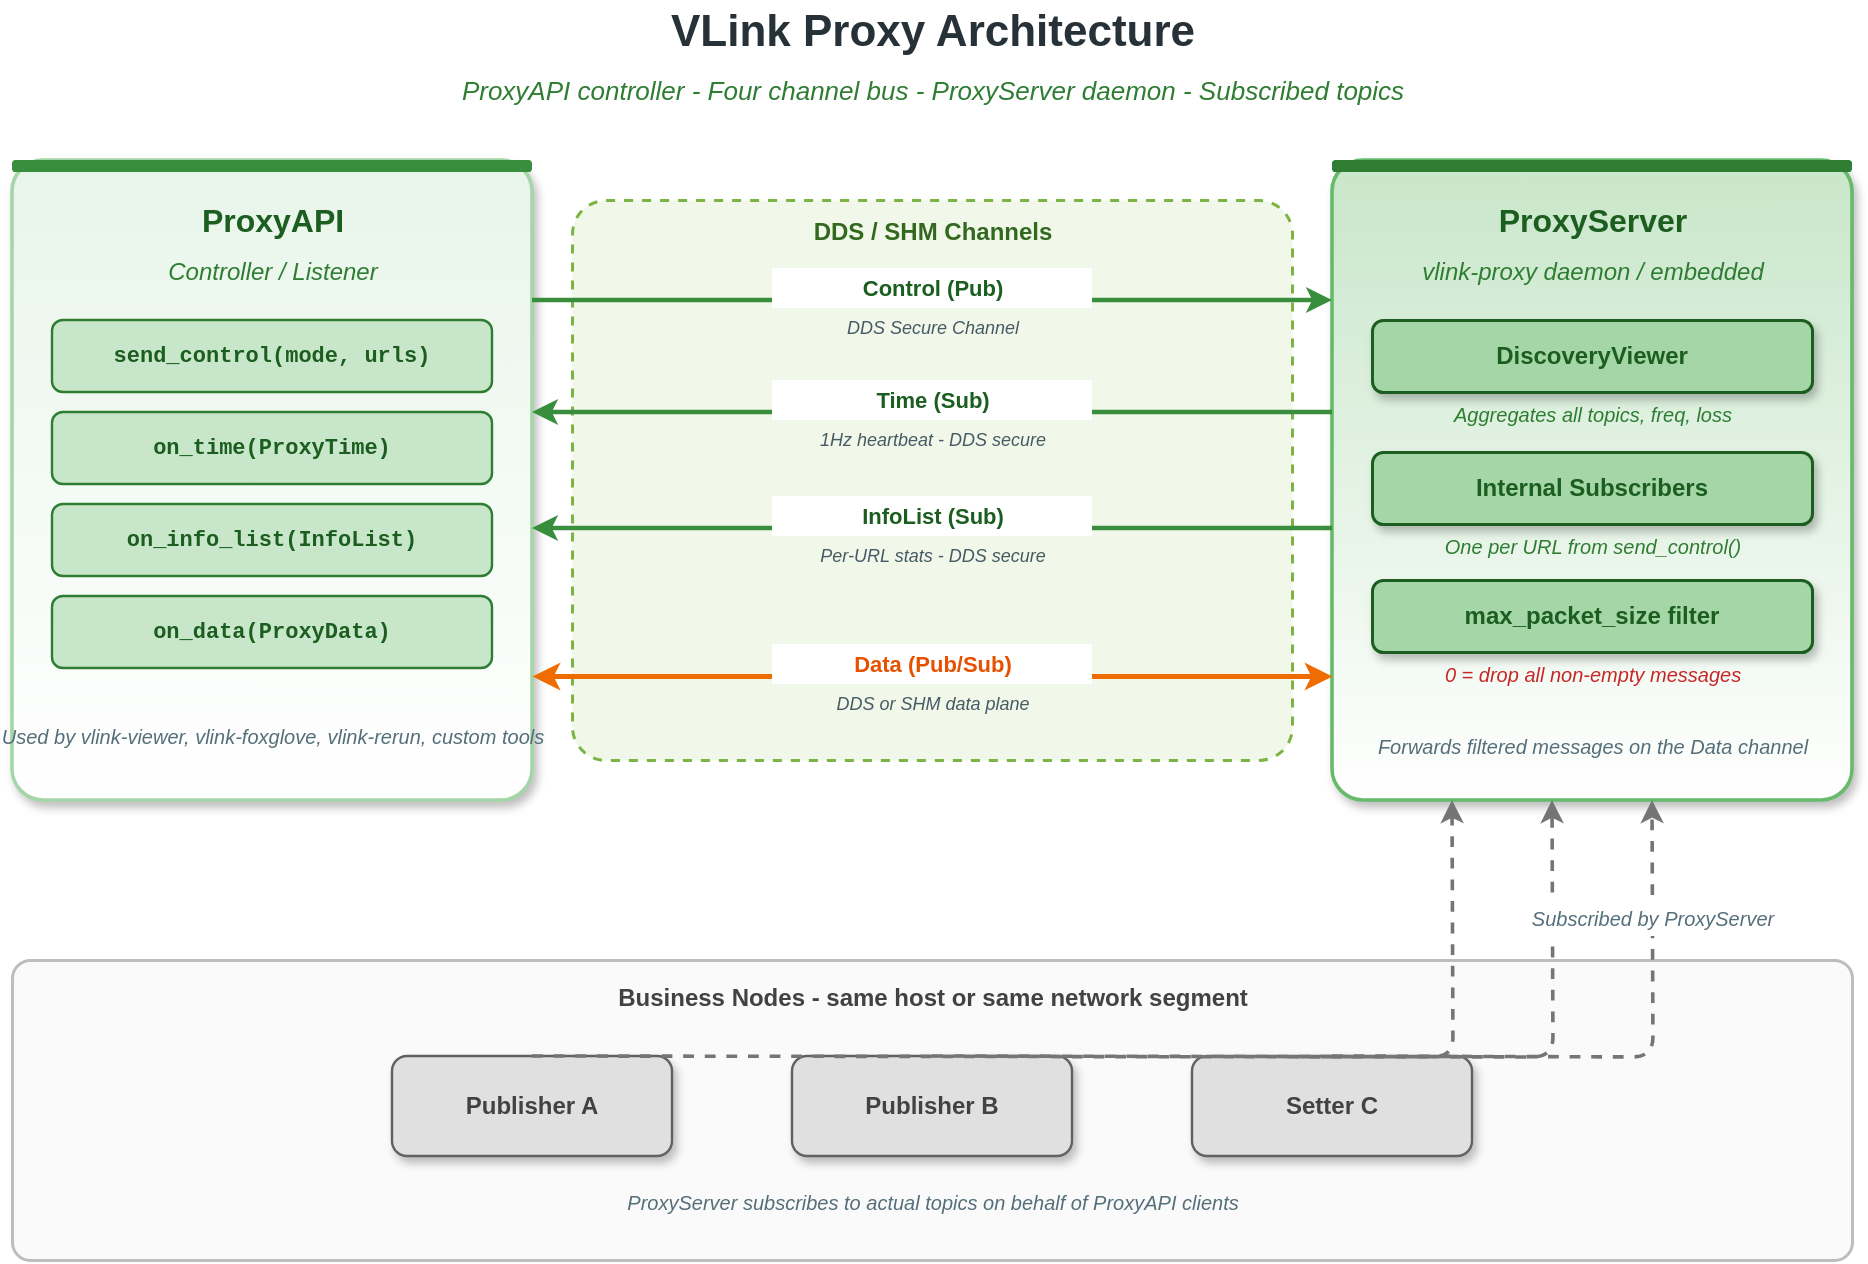
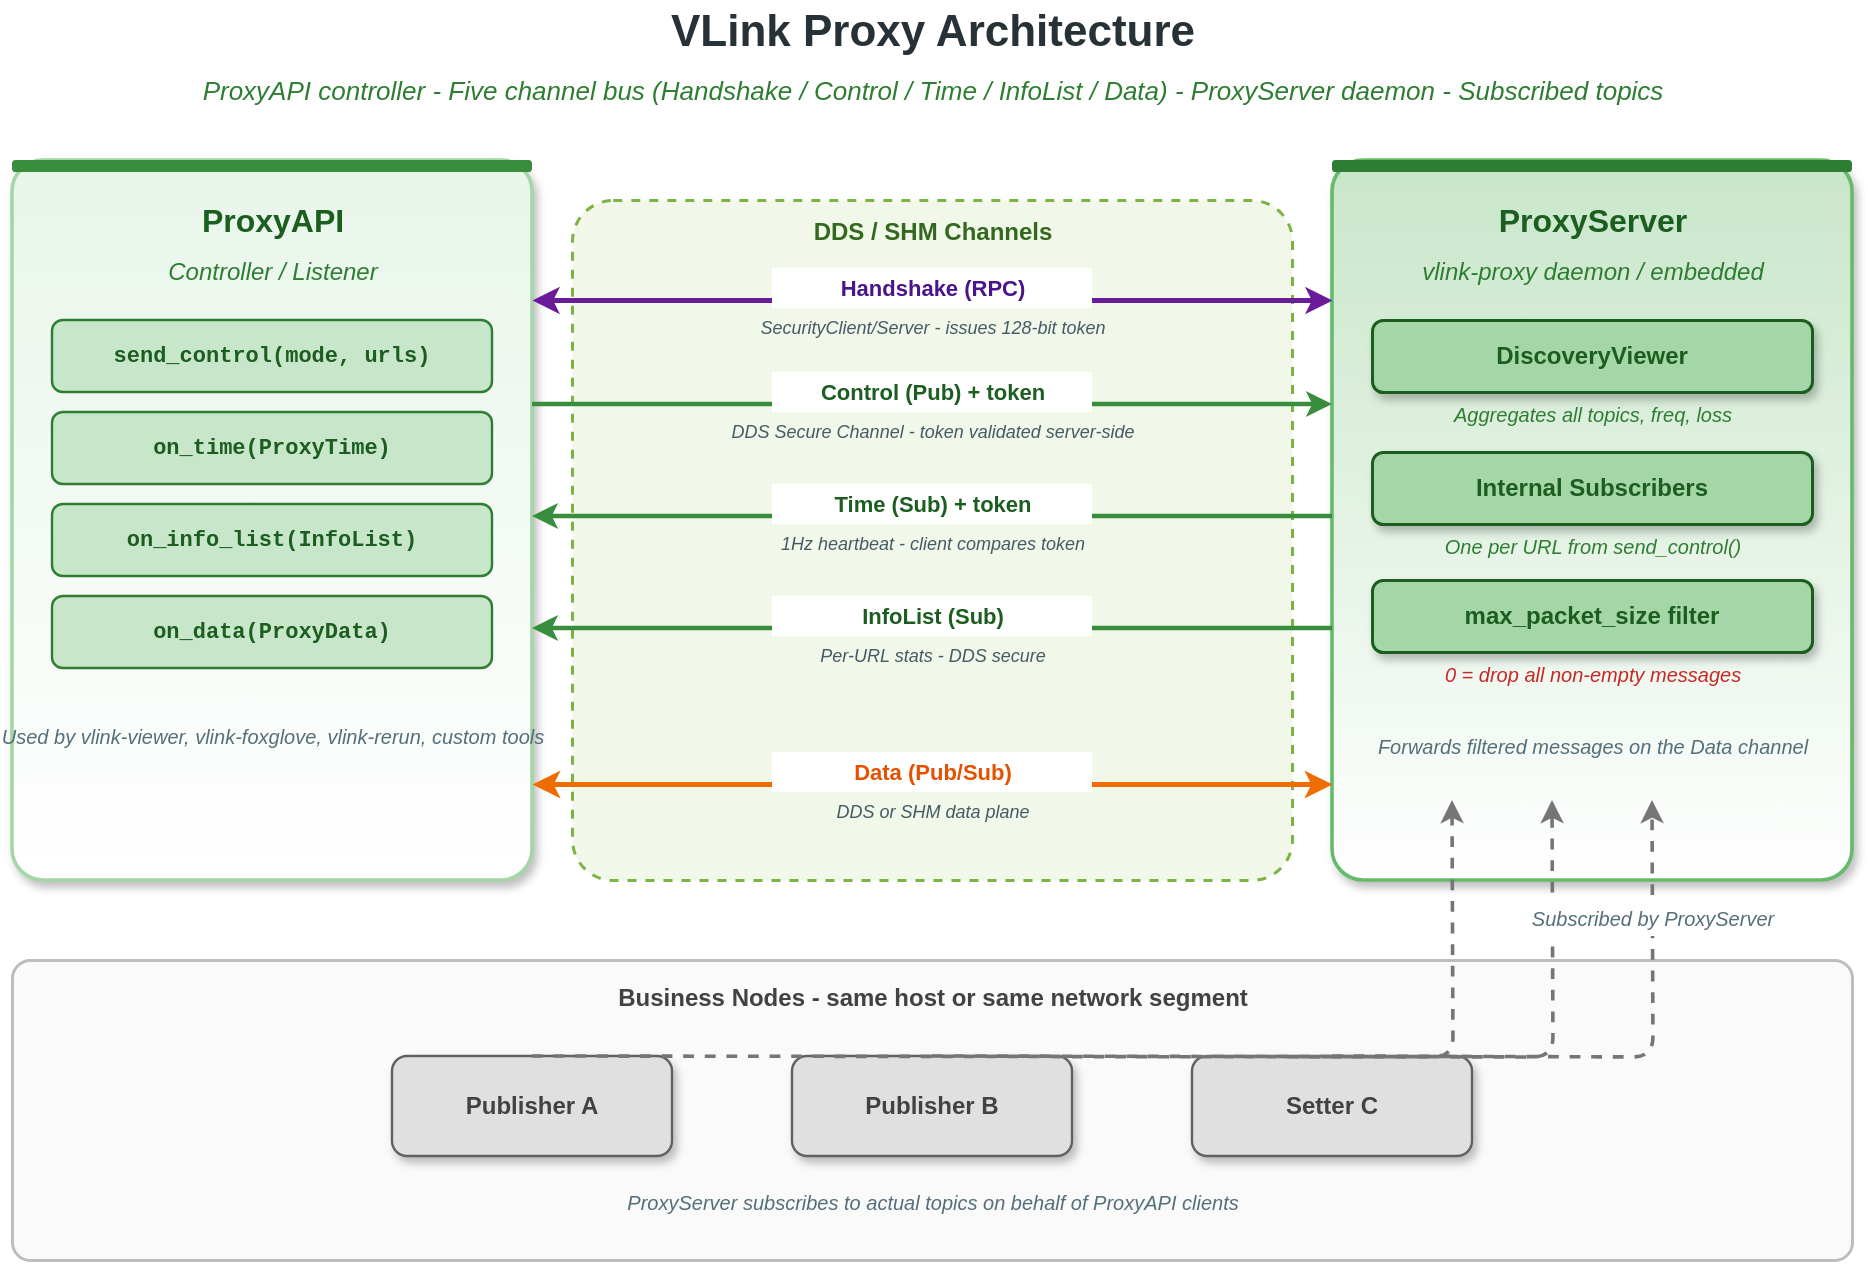
<mxfile host="app.diagrams.net" modified="2026-04-23T00:00:00.000Z" agent="Claude" version="24.0.0" type="device">
  <diagram id="proxy-architecture" name="Proxy Architecture">
    <mxGraphModel dx="1000" dy="680" grid="0" gridSize="10" guides="1" tooltips="1" connect="1" arrows="1" fold="1" page="1" pageScale="1" pageWidth="1000" pageHeight="680" math="0" shadow="0">
      <root>
        <mxCell id="0" />
        <mxCell id="1" parent="0" />

        <!-- Title -->
        <mxCell id="title" value="VLink Proxy Architecture" style="text;html=1;align=center;verticalAlign=middle;strokeColor=none;fillColor=none;fontSize=22;fontStyle=1;fontColor=#263238;" vertex="1" parent="1">
          <mxGeometry x="40" y="20" width="920" height="32" as="geometry" />
        </mxCell>
-         <mxCell id="subtitle" value="ProxyAPI controller  -  Four channel bus  -  ProxyServer daemon  -  Subscribed topics" style="text;html=1;align=center;verticalAlign=middle;strokeColor=none;fillColor=none;fontSize=13;fontStyle=2;fontColor=#2e7d32;" vertex="1" parent="1">
+         <mxCell id="subtitle" value="ProxyAPI controller  -  Five channel bus (Handshake / Control / Time / InfoList / Data)  -  ProxyServer daemon  -  Subscribed topics" style="text;html=1;align=center;verticalAlign=middle;strokeColor=none;fillColor=none;fontSize=13;fontStyle=2;fontColor=#2e7d32;" vertex="1" parent="1">
          <mxGeometry x="40" y="54" width="920" height="22" as="geometry" />
        </mxCell>

        <!-- Left: ProxyAPI (green) -->
        <mxCell id="api_box" value="" style="rounded=1;whiteSpace=wrap;html=1;fillColor=#ffffff;strokeColor=#a5d6a7;strokeWidth=1.8;arcSize=6;shadow=1;gradientColor=#e8f5e9;gradientDirection=north;" vertex="1" parent="1">
-           <mxGeometry x="40" y="100" width="260" height="320" as="geometry" />
+           <mxGeometry x="40" y="100" width="260" height="360" as="geometry" />
        </mxCell>
        <mxCell id="api_bar" value="" style="rounded=1;whiteSpace=wrap;html=1;fillColor=#388e3c;strokeColor=none;arcSize=30;" vertex="1" parent="1">
          <mxGeometry x="40" y="100" width="260" height="6" as="geometry" />
        </mxCell>
        <mxCell id="api_t" value="ProxyAPI" style="text;html=1;align=center;verticalAlign=middle;strokeColor=none;fillColor=none;fontSize=16;fontStyle=1;fontColor=#1b5e20;" vertex="1" parent="1">
          <mxGeometry x="54" y="116" width="232" height="28" as="geometry" />
        </mxCell>
        <mxCell id="api_st" value="Controller / Listener" style="text;html=1;align=center;verticalAlign=middle;strokeColor=none;fillColor=none;fontSize=12;fontStyle=2;fontColor=#2e7d32;" vertex="1" parent="1">
          <mxGeometry x="54" y="146" width="232" height="20" as="geometry" />
        </mxCell>
        <mxCell id="api_role1" value="send_control(mode, urls)" style="rounded=1;whiteSpace=wrap;html=1;fillColor=#c8e6c9;strokeColor=#2e7d32;strokeWidth=1.2;fontSize=11;fontFamily=Courier New;fontStyle=1;fontColor=#1b5e20;align=center;" vertex="1" parent="1">
          <mxGeometry x="60" y="180" width="220" height="36" as="geometry" />
        </mxCell>
        <mxCell id="api_role2" value="on_time(ProxyTime)" style="rounded=1;whiteSpace=wrap;html=1;fillColor=#c8e6c9;strokeColor=#2e7d32;strokeWidth=1.2;fontSize=11;fontFamily=Courier New;fontStyle=1;fontColor=#1b5e20;align=center;" vertex="1" parent="1">
          <mxGeometry x="60" y="226" width="220" height="36" as="geometry" />
        </mxCell>
        <mxCell id="api_role3" value="on_info_list(InfoList)" style="rounded=1;whiteSpace=wrap;html=1;fillColor=#c8e6c9;strokeColor=#2e7d32;strokeWidth=1.2;fontSize=11;fontFamily=Courier New;fontStyle=1;fontColor=#1b5e20;align=center;" vertex="1" parent="1">
          <mxGeometry x="60" y="272" width="220" height="36" as="geometry" />
        </mxCell>
        <mxCell id="api_role4" value="on_data(ProxyData)" style="rounded=1;whiteSpace=wrap;html=1;fillColor=#c8e6c9;strokeColor=#2e7d32;strokeWidth=1.2;fontSize=11;fontFamily=Courier New;fontStyle=1;fontColor=#1b5e20;align=center;" vertex="1" parent="1">
          <mxGeometry x="60" y="318" width="220" height="36" as="geometry" />
        </mxCell>
        <mxCell id="api_note" value="Used by vlink-viewer, vlink-foxglove, vlink-rerun, custom tools" style="text;html=1;align=center;verticalAlign=middle;strokeColor=none;fillColor=none;fontSize=10;fontStyle=2;fontColor=#546e7a;" vertex="1" parent="1">
          <mxGeometry x="54" y="368" width="232" height="40" as="geometry" />
        </mxCell>

        <!-- Right: ProxyServer (green darker) -->
        <mxCell id="srv_box" value="" style="rounded=1;whiteSpace=wrap;html=1;fillColor=#ffffff;strokeColor=#66bb6a;strokeWidth=1.8;arcSize=6;shadow=1;gradientColor=#c8e6c9;gradientDirection=north;" vertex="1" parent="1">
-           <mxGeometry x="700" y="100" width="260" height="320" as="geometry" />
+           <mxGeometry x="700" y="100" width="260" height="360" as="geometry" />
        </mxCell>
        <mxCell id="srv_bar" value="" style="rounded=1;whiteSpace=wrap;html=1;fillColor=#2e7d32;strokeColor=none;arcSize=30;" vertex="1" parent="1">
          <mxGeometry x="700" y="100" width="260" height="6" as="geometry" />
        </mxCell>
        <mxCell id="srv_t" value="ProxyServer" style="text;html=1;align=center;verticalAlign=middle;strokeColor=none;fillColor=none;fontSize=16;fontStyle=1;fontColor=#1b5e20;" vertex="1" parent="1">
          <mxGeometry x="714" y="116" width="232" height="28" as="geometry" />
        </mxCell>
        <mxCell id="srv_st" value="vlink-proxy daemon / embedded" style="text;html=1;align=center;verticalAlign=middle;strokeColor=none;fillColor=none;fontSize=12;fontStyle=2;fontColor=#2e7d32;" vertex="1" parent="1">
          <mxGeometry x="714" y="146" width="232" height="20" as="geometry" />
        </mxCell>
        <mxCell id="srv_dv" value="DiscoveryViewer" style="rounded=1;whiteSpace=wrap;html=1;fillColor=#a5d6a7;strokeColor=#1b5e20;strokeWidth=1.5;fontSize=12;fontStyle=1;fontColor=#1b5e20;align=center;shadow=1;" vertex="1" parent="1">
          <mxGeometry x="720" y="180" width="220" height="36" as="geometry" />
        </mxCell>
        <mxCell id="srv_dv2" value="Aggregates all topics, freq, loss" style="text;html=1;align=center;verticalAlign=middle;strokeColor=none;fillColor=none;fontSize=10;fontStyle=2;fontColor=#2e7d32;" vertex="1" parent="1">
          <mxGeometry x="720" y="218" width="220" height="18" as="geometry" />
        </mxCell>
        <mxCell id="srv_ch" value="Internal Subscribers" style="rounded=1;whiteSpace=wrap;html=1;fillColor=#a5d6a7;strokeColor=#1b5e20;strokeWidth=1.5;fontSize=12;fontStyle=1;fontColor=#1b5e20;align=center;shadow=1;" vertex="1" parent="1">
          <mxGeometry x="720" y="246" width="220" height="36" as="geometry" />
        </mxCell>
        <mxCell id="srv_ch2" value="One per URL from send_control()" style="text;html=1;align=center;verticalAlign=middle;strokeColor=none;fillColor=none;fontSize=10;fontStyle=2;fontColor=#2e7d32;" vertex="1" parent="1">
          <mxGeometry x="720" y="284" width="220" height="18" as="geometry" />
        </mxCell>
        <mxCell id="srv_mp" value="max_packet_size filter" style="rounded=1;whiteSpace=wrap;html=1;fillColor=#a5d6a7;strokeColor=#1b5e20;strokeWidth=1.5;fontSize=12;fontStyle=1;fontColor=#1b5e20;align=center;shadow=1;" vertex="1" parent="1">
          <mxGeometry x="720" y="310" width="220" height="36" as="geometry" />
        </mxCell>
        <mxCell id="srv_mp2" value="0 = drop all non-empty messages" style="text;html=1;align=center;verticalAlign=middle;strokeColor=none;fillColor=none;fontSize=10;fontStyle=2;fontColor=#c62828;" vertex="1" parent="1">
          <mxGeometry x="720" y="348" width="220" height="18" as="geometry" />
        </mxCell>
        <mxCell id="srv_note" value="Forwards filtered messages on the Data channel" style="text;html=1;align=center;verticalAlign=middle;strokeColor=none;fillColor=none;fontSize=10;fontStyle=2;fontColor=#546e7a;" vertex="1" parent="1">
          <mxGeometry x="714" y="378" width="232" height="30" as="geometry" />
        </mxCell>

        <!-- Middle: Channel bus -->
        <mxCell id="bus_bg" value="" style="rounded=1;whiteSpace=wrap;html=1;fillColor=#f1f8e9;strokeColor=#7cb342;strokeWidth=1.5;arcSize=6;dashed=1;" vertex="1" parent="1">
-           <mxGeometry x="320" y="120" width="360" height="280" as="geometry" />
+           <mxGeometry x="320" y="120" width="360" height="340" as="geometry" />
        </mxCell>
        <mxCell id="bus_t" value="DDS / SHM Channels" style="text;html=1;align=center;verticalAlign=middle;strokeColor=none;fillColor=none;fontSize=12;fontStyle=1;fontColor=#33691e;" vertex="1" parent="1">
          <mxGeometry x="320" y="126" width="360" height="20" as="geometry" />
        </mxCell>

-         <!-- Channel 1: Control (API -> Server) -->
-         <mxCell id="ch1_arr" value="" style="endArrow=classic;endFill=1;html=1;strokeColor=#388e3c;strokeWidth=2.2;" edge="1" parent="1">
+         <!-- Channel 0: Handshake RPC (API -> Server, response Server -> API) -->
+         <mxCell id="ch0_arr" value="" style="endArrow=classic;startArrow=classic;endFill=1;startFill=1;html=1;strokeColor=#6a1b9a;strokeWidth=2.4;" edge="1" parent="1">
          <mxGeometry relative="1" as="geometry">
            <mxPoint x="300" y="170" as="sourcePoint" />
            <mxPoint x="700" y="170" as="targetPoint" />
          </mxGeometry>
        </mxCell>
-         <mxCell id="ch1_l" value="Control (Pub)" style="text;html=1;align=center;verticalAlign=middle;strokeColor=none;fillColor=#ffffff;fontSize=11;fontStyle=1;fontColor=#1b5e20;labelBackgroundColor=#ffffff;" vertex="1" parent="1">
+         <mxCell id="ch0_l" value="Handshake (RPC)" style="text;html=1;align=center;verticalAlign=middle;strokeColor=none;fillColor=#ffffff;fontSize=11;fontStyle=1;fontColor=#4a148c;labelBackgroundColor=#ffffff;" vertex="1" parent="1">
          <mxGeometry x="420" y="154" width="160" height="20" as="geometry" />
        </mxCell>
-         <mxCell id="ch1_s" value="DDS Secure Channel" style="text;html=1;align=center;verticalAlign=middle;strokeColor=none;fillColor=none;fontSize=9;fontStyle=2;fontColor=#455a64;" vertex="1" parent="1">
-           <mxGeometry x="420" y="176" width="160" height="16" as="geometry" />
-         </mxCell>
- 
-         <!-- Channel 2: Time (Server -> API) -->
+         <mxCell id="ch0_s" value="SecurityClient/Server - issues 128-bit token" style="text;html=1;align=center;verticalAlign=middle;strokeColor=none;fillColor=none;fontSize=9;fontStyle=2;fontColor=#455a64;" vertex="1" parent="1">
+           <mxGeometry x="400" y="176" width="200" height="16" as="geometry" />
+         </mxCell>
+ 
+         <!-- Channel 1: Control (API -> Server, token-stamped) -->
+         <mxCell id="ch1_arr" value="" style="endArrow=classic;endFill=1;html=1;strokeColor=#388e3c;strokeWidth=2.2;" edge="1" parent="1">
+           <mxGeometry relative="1" as="geometry">
+             <mxPoint x="300" y="222" as="sourcePoint" />
+             <mxPoint x="700" y="222" as="targetPoint" />
+           </mxGeometry>
+         </mxCell>
+         <mxCell id="ch1_l" value="Control (Pub) + token" style="text;html=1;align=center;verticalAlign=middle;strokeColor=none;fillColor=#ffffff;fontSize=11;fontStyle=1;fontColor=#1b5e20;labelBackgroundColor=#ffffff;" vertex="1" parent="1">
+           <mxGeometry x="420" y="206" width="160" height="20" as="geometry" />
+         </mxCell>
+         <mxCell id="ch1_s" value="DDS Secure Channel - token validated server-side" style="text;html=1;align=center;verticalAlign=middle;strokeColor=none;fillColor=none;fontSize=9;fontStyle=2;fontColor=#455a64;" vertex="1" parent="1">
+           <mxGeometry x="400" y="228" width="200" height="16" as="geometry" />
+         </mxCell>
+ 
+         <!-- Channel 2: Time (Server -> API, token echoed) -->
        <mxCell id="ch2_arr" value="" style="endArrow=classic;endFill=1;html=1;strokeColor=#388e3c;strokeWidth=2.2;" edge="1" parent="1">
          <mxGeometry relative="1" as="geometry">
-             <mxPoint x="700" y="226" as="sourcePoint" />
-             <mxPoint x="300" y="226" as="targetPoint" />
-           </mxGeometry>
-         </mxCell>
-         <mxCell id="ch2_l" value="Time (Sub)" style="text;html=1;align=center;verticalAlign=middle;strokeColor=none;fillColor=#ffffff;fontSize=11;fontStyle=1;fontColor=#1b5e20;labelBackgroundColor=#ffffff;" vertex="1" parent="1">
-           <mxGeometry x="420" y="210" width="160" height="20" as="geometry" />
-         </mxCell>
-         <mxCell id="ch2_s" value="1Hz heartbeat - DDS secure" style="text;html=1;align=center;verticalAlign=middle;strokeColor=none;fillColor=none;fontSize=9;fontStyle=2;fontColor=#455a64;" vertex="1" parent="1">
-           <mxGeometry x="420" y="232" width="160" height="16" as="geometry" />
+             <mxPoint x="700" y="278" as="sourcePoint" />
+             <mxPoint x="300" y="278" as="targetPoint" />
+           </mxGeometry>
+         </mxCell>
+         <mxCell id="ch2_l" value="Time (Sub) + token" style="text;html=1;align=center;verticalAlign=middle;strokeColor=none;fillColor=#ffffff;fontSize=11;fontStyle=1;fontColor=#1b5e20;labelBackgroundColor=#ffffff;" vertex="1" parent="1">
+           <mxGeometry x="420" y="262" width="160" height="20" as="geometry" />
+         </mxCell>
+         <mxCell id="ch2_s" value="1Hz heartbeat - client compares token" style="text;html=1;align=center;verticalAlign=middle;strokeColor=none;fillColor=none;fontSize=9;fontStyle=2;fontColor=#455a64;" vertex="1" parent="1">
+           <mxGeometry x="400" y="284" width="200" height="16" as="geometry" />
        </mxCell>

        <!-- Channel 3: InfoList (Server -> API) -->
        <mxCell id="ch3_arr" value="" style="endArrow=classic;endFill=1;html=1;strokeColor=#388e3c;strokeWidth=2.2;" edge="1" parent="1">
          <mxGeometry relative="1" as="geometry">
-             <mxPoint x="700" y="284" as="sourcePoint" />
-             <mxPoint x="300" y="284" as="targetPoint" />
+             <mxPoint x="700" y="334" as="sourcePoint" />
+             <mxPoint x="300" y="334" as="targetPoint" />
          </mxGeometry>
        </mxCell>
        <mxCell id="ch3_l" value="InfoList (Sub)" style="text;html=1;align=center;verticalAlign=middle;strokeColor=none;fillColor=#ffffff;fontSize=11;fontStyle=1;fontColor=#1b5e20;labelBackgroundColor=#ffffff;" vertex="1" parent="1">
-           <mxGeometry x="420" y="268" width="160" height="20" as="geometry" />
+           <mxGeometry x="420" y="318" width="160" height="20" as="geometry" />
        </mxCell>
        <mxCell id="ch3_s" value="Per-URL stats - DDS secure" style="text;html=1;align=center;verticalAlign=middle;strokeColor=none;fillColor=none;fontSize=9;fontStyle=2;fontColor=#455a64;" vertex="1" parent="1">
-           <mxGeometry x="420" y="290" width="160" height="16" as="geometry" />
+           <mxGeometry x="420" y="340" width="160" height="16" as="geometry" />
        </mxCell>

        <!-- Channel 4: Data (bidirectional) -->
        <mxCell id="ch4_arr" value="" style="endArrow=classic;endFill=1;startArrow=classic;startFill=1;html=1;strokeColor=#ef6c00;strokeWidth=2.5;" edge="1" parent="1">
          <mxGeometry relative="1" as="geometry">
-             <mxPoint x="300" y="358" as="sourcePoint" />
-             <mxPoint x="700" y="358" as="targetPoint" />
+             <mxPoint x="300" y="412" as="sourcePoint" />
+             <mxPoint x="700" y="412" as="targetPoint" />
          </mxGeometry>
        </mxCell>
        <mxCell id="ch4_l" value="Data (Pub/Sub)" style="text;html=1;align=center;verticalAlign=middle;strokeColor=none;fillColor=#ffffff;fontSize=11;fontStyle=1;fontColor=#e65100;labelBackgroundColor=#ffffff;" vertex="1" parent="1">
-           <mxGeometry x="420" y="342" width="160" height="20" as="geometry" />
+           <mxGeometry x="420" y="396" width="160" height="20" as="geometry" />
        </mxCell>
        <mxCell id="ch4_s" value="DDS or SHM data plane" style="text;html=1;align=center;verticalAlign=middle;strokeColor=none;fillColor=none;fontSize=9;fontStyle=2;fontColor=#455a64;" vertex="1" parent="1">
-           <mxGeometry x="420" y="364" width="160" height="16" as="geometry" />
+           <mxGeometry x="420" y="418" width="160" height="16" as="geometry" />
        </mxCell>

        <!-- Bottom: Business nodes -->
        <mxCell id="biz_bg" value="" style="rounded=1;whiteSpace=wrap;html=1;fillColor=#fafafa;strokeColor=#bdbdbd;strokeWidth=1.5;arcSize=6;" vertex="1" parent="1">
          <mxGeometry x="40" y="500" width="920" height="150" as="geometry" />
        </mxCell>
        <mxCell id="biz_t" value="Business Nodes  -  same host or same network segment" style="text;html=1;align=center;verticalAlign=middle;strokeColor=none;fillColor=none;fontSize=12;fontStyle=1;fontColor=#424242;" vertex="1" parent="1">
          <mxGeometry x="40" y="508" width="920" height="22" as="geometry" />
        </mxCell>
        <mxCell id="biz1" value="Publisher A" style="rounded=1;whiteSpace=wrap;html=1;fillColor=#e0e0e0;strokeColor=#616161;strokeWidth=1.2;fontSize=12;fontStyle=1;fontColor=#424242;align=center;shadow=1;" vertex="1" parent="1">
          <mxGeometry x="230" y="548" width="140" height="50" as="geometry" />
        </mxCell>
        <mxCell id="biz2" value="Publisher B" style="rounded=1;whiteSpace=wrap;html=1;fillColor=#e0e0e0;strokeColor=#616161;strokeWidth=1.2;fontSize=12;fontStyle=1;fontColor=#424242;align=center;shadow=1;" vertex="1" parent="1">
          <mxGeometry x="430" y="548" width="140" height="50" as="geometry" />
        </mxCell>
        <mxCell id="biz3" value="Setter C" style="rounded=1;whiteSpace=wrap;html=1;fillColor=#e0e0e0;strokeColor=#616161;strokeWidth=1.2;fontSize=12;fontStyle=1;fontColor=#424242;align=center;shadow=1;" vertex="1" parent="1">
          <mxGeometry x="630" y="548" width="140" height="50" as="geometry" />
        </mxCell>
        <mxCell id="biz_note" value="ProxyServer subscribes to actual topics on behalf of ProxyAPI clients" style="text;html=1;align=center;verticalAlign=middle;strokeColor=none;fillColor=none;fontSize=10;fontStyle=2;fontColor=#546e7a;" vertex="1" parent="1">
          <mxGeometry x="40" y="610" width="920" height="22" as="geometry" />
        </mxCell>

        <!-- Arrows from biz nodes up to ProxyServer -->
        <mxCell id="biz1_arr" value="" style="endArrow=classic;endFill=1;html=1;strokeColor=#757575;strokeWidth=1.8;dashed=1;edgeStyle=orthogonalEdgeStyle;rounded=1;" edge="1" parent="1">
          <mxGeometry relative="1" as="geometry">
            <mxPoint x="300" y="548" as="sourcePoint" />
            <mxPoint x="760" y="420" as="targetPoint" />
          </mxGeometry>
        </mxCell>
        <mxCell id="biz2_arr" value="" style="endArrow=classic;endFill=1;html=1;strokeColor=#757575;strokeWidth=1.8;dashed=1;edgeStyle=orthogonalEdgeStyle;rounded=1;" edge="1" parent="1">
          <mxGeometry relative="1" as="geometry">
            <mxPoint x="500" y="548" as="sourcePoint" />
            <mxPoint x="810" y="420" as="targetPoint" />
          </mxGeometry>
        </mxCell>
        <mxCell id="biz3_arr" value="" style="endArrow=classic;endFill=1;html=1;strokeColor=#757575;strokeWidth=1.8;dashed=1;edgeStyle=orthogonalEdgeStyle;rounded=1;" edge="1" parent="1">
          <mxGeometry relative="1" as="geometry">
            <mxPoint x="700" y="548" as="sourcePoint" />
            <mxPoint x="860" y="420" as="targetPoint" />
          </mxGeometry>
        </mxCell>
        <mxCell id="biz_arr_l" value="Subscribed by ProxyServer" style="text;html=1;align=center;verticalAlign=middle;strokeColor=none;fillColor=#ffffff;fontSize=10;fontStyle=2;fontColor=#546e7a;labelBackgroundColor=#ffffff;" vertex="1" parent="1">
          <mxGeometry x="780" y="470" width="160" height="18" as="geometry" />
        </mxCell>

      </root>
    </mxGraphModel>
  </diagram>
</mxfile>
